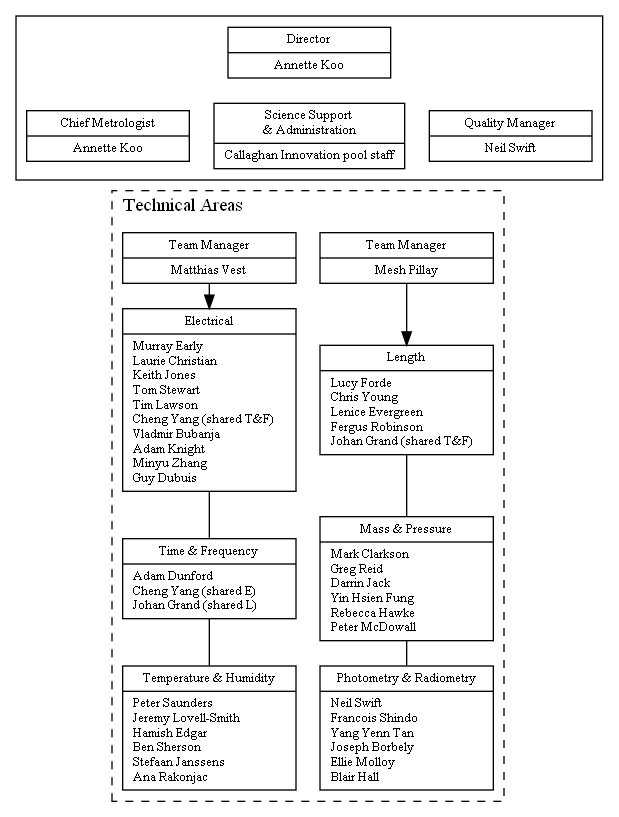
Above: quality_manual_document/pictures/MSL_org_full.png in MSLNZ/Quality-Manual (Graphviz), before the change. Its source is kept beside it as quality_manual_document/pictures/MSL_org_full.gv.
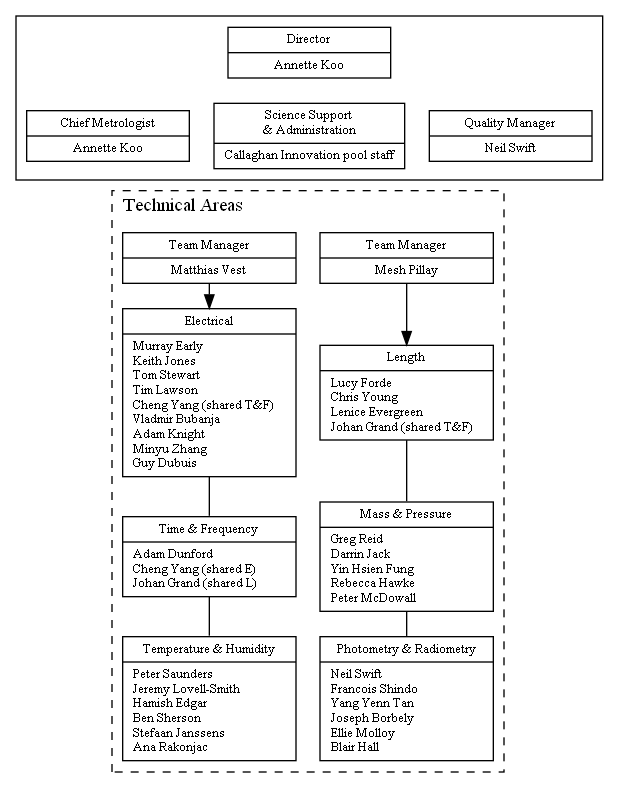
Later version of the same file.

The edit, as a diff of the source:
```diff
@@ -76,13 +76,11 @@
         +   "Lucy Forde\l"
         +   "Chris Young\l"
         +   "Lenice Evergreen\l"
-        +   "Fergus Robinson\l"
         +	"Johan Grand (shared T&F)\l"
         +   "}"
         ];
 
         S_mass_pressure [label = "{ Mass & Pressure| "
-        +	"Mark Clarkson\l"
         +	"Greg Reid\l"
         +	"Darrin Jack\l"
         +	"Yin Hsien Fung\l"
@@ -93,7 +91,6 @@
 
         S_electrical [label = "{ Electrical| "
         +   "Murray Early\l"
-        +	"Laurie Christian\l"
         +	"Keith Jones\l"
         +	"Tom Stewart\l"
         +	"Tim Lawson\l"
```
